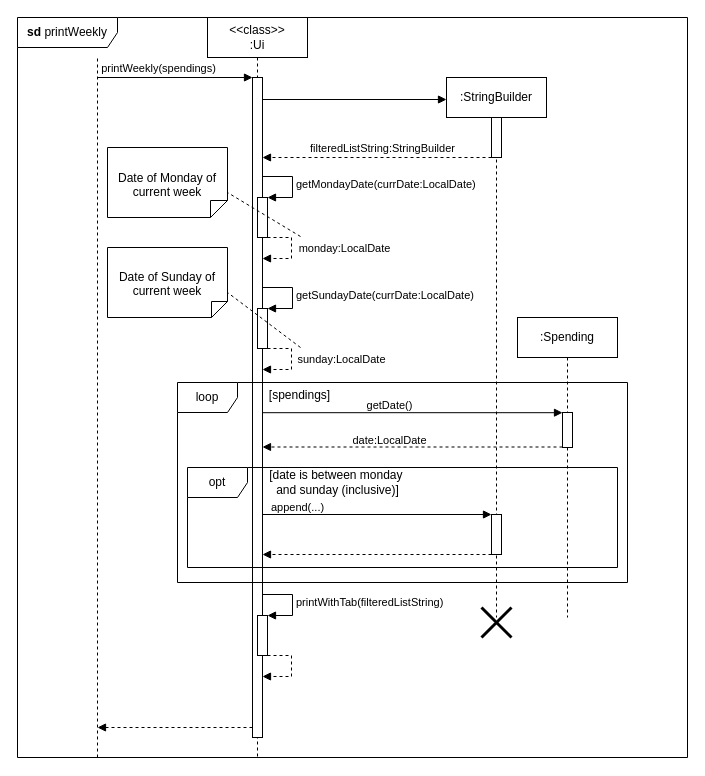
This is docs/Diagrams/printWeekly.drawio from wongwh2002/CS2113TeamProject, a draw.io file, before an edit. Source tidied: cells renumbered, new cells numbered last; positions are measured from the earlier drawing's top-left corner, leaving out a move shared by most shapes. Both pictures are drawn from the tidied source at 100%, with x=0, y=0 at pixel (17, 17).
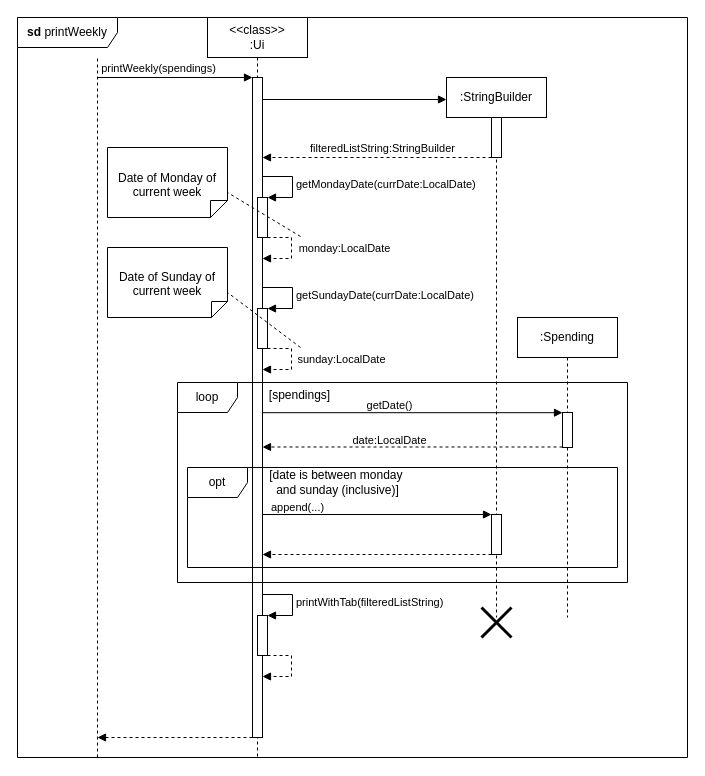
The same diagram, later.

The change refers to these unchanged cells:
```xml
<mxCell id="6" style="html=1;points=[[0,0,0,0,5],[0,1,0,0,-5],[1,0,0,0,5],[1,1,0,0,-5]];perimeter=orthogonalPerimeter;outlineConnect=0;targetShapes=umlLifeline;portConstraint=eastwest;newEdgeStyle={&quot;curved&quot;:0,&quot;rounded&quot;:0};" parent="5" vertex="1">
  <mxGeometry x="45" y="60" width="10" height="660" as="geometry" />
</mxCell>
```

What changed in the source:
```diff
@@
-    <mxCell id="42" style="html=1;verticalAlign=bottom;labelBackgroundColor=none;endArrow=block;endFill=1;dashed=1;rounded=0;" parent="1" edge="1" source="6">
+    <mxCell id="42" style="html=1;verticalAlign=bottom;labelBackgroundColor=none;endArrow=block;endFill=1;dashed=1;rounded=0;" parent="1" edge="1">
       <mxGeometry relative="1" as="geometry">
-        <mxPoint x="80" y="710" as="targetPoint" />
+        <mxPoint x="235" y="720" as="sourcePoint" />
+        <mxPoint x="80" y="720" as="targetPoint" />
       </mxGeometry>
     </mxCell>
```
